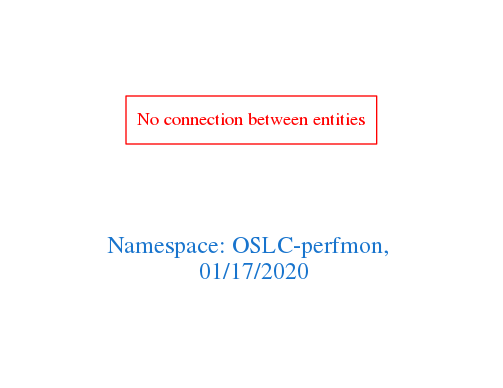
arago/OGIT keeps this Graphviz diagram as downloads/OSLC-perfmon.png. Above is the earlier version. Its source is kept beside it as downloads/OSLC-perfmon.dot.
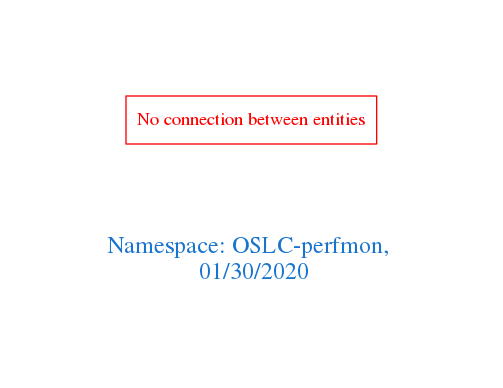
After the change.

Change to the diagram source:
```diff
@@ -1,7 +1,7 @@
 digraph OGIT_ontology {
  graph [ rankdir= LR,pad=1
 fontsize = 18,
-fontcolor= dodgerblue3,label = "\n\n\nNamespace: OSLC-perfmon, \n 01/17/2020"];
+fontcolor= dodgerblue3,label = "\n\n\nNamespace: OSLC-perfmon, \n 01/30/2020"];
 node[shape=polygon];
 edge [  color="gray81"];
 
```
